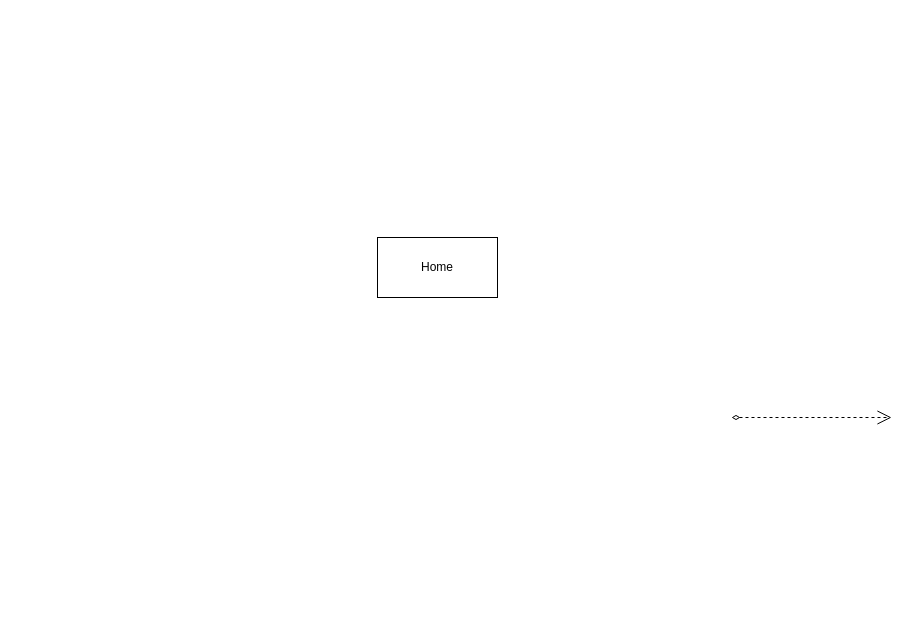
andrew-taphuc/Aglaida keeps this draw.io diagram as Biểu đồ không có tiêu đề.drawio. Above is the earlier version. Source tidied: cells renumbered, new cells numbered last; positions are measured from the earlier drawing's top-left corner, leaving out a move shared by most shapes. Both pictures are drawn from the tidied source at 100%, with x=0, y=0 at pixel (377, 237).
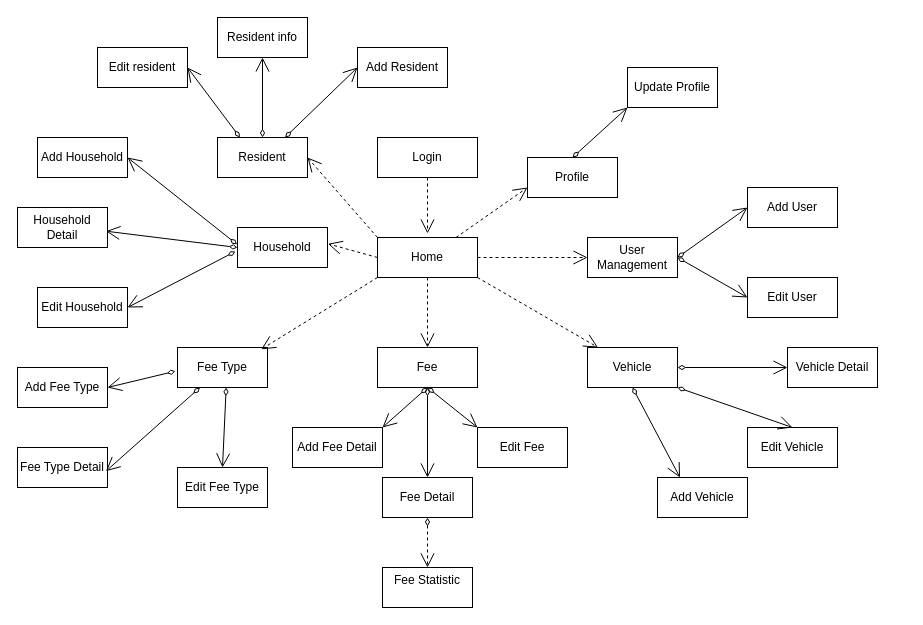
The same page after the edit.

Commit message:
Cập nhật Biểu đồ không có tiêu đề.drawio

The edit, as a diff of the source:
```diff
@@
+    <mxCell id="4" value="Login" style="rounded=0;whiteSpace=wrap;html=1;" parent="1" vertex="1">
+      <mxGeometry y="-100" width="100" height="40" as="geometry" />
+    </mxCell>
     <mxCell id="2" value="Home" style="rounded=0;whiteSpace=wrap;html=1;" parent="1" vertex="1">
-      <mxGeometry width="120" height="60" as="geometry" />
+      <mxGeometry width="100" height="40" as="geometry" />
     </mxCell>
-    <mxCell id="3" style="endArrow=open;dashed=1;endFill=0;endSize=12;html=1;rounded=0;startArrow=diamondThin;startFill=0;" parent="1" edge="1">
-      <mxGeometry relative="1" as="geometry">
-        <mxPoint x="354" y="180" as="sourcePoint" />
-        <mxPoint x="514" y="180" as="targetPoint" />
-      </mxGeometry>
-    </mxCell>
+    <mxCell id="5" value="Vehicle" style="rounded=0;whiteSpace=wrap;html=1;" parent="1" vertex="1">
+      <mxGeometry x="210" y="110" width="90" height="40" as="geometry" />
+    </mxCell>
+    <mxCell id="6" value="Profile" style="rounded=0;whiteSpace=wrap;html=1;" parent="1" vertex="1">
+      <mxGeometry x="150" y="-80" width="90" height="40" as="geometry" />
+    </mxCell>
+    <mxCell id="7" value="User Management" style="rounded=0;whiteSpace=wrap;html=1;" parent="1" vertex="1">
+      <mxGeometry x="210" width="90" height="40" as="geometry" />
+    </mxCell>
+    <mxCell id="8" value="Resident" style="rounded=0;whiteSpace=wrap;html=1;" parent="1" vertex="1">
+      <mxGeometry x="-160" y="-100" width="90" height="40" as="geometry" />
+    </mxCell>
+    <mxCell id="9" value="Household" style="rounded=0;whiteSpace=wrap;html=1;" parent="1" vertex="1">
+      <mxGeometry x="-140" y="-10" width="90" height="40" as="geometry" />
+    </mxCell>
+    <mxCell id="10" value="Fee Type" style="rounded=0;whiteSpace=wrap;html=1;" parent="1" vertex="1">
+      <mxGeometry x="-200" y="110" width="90" height="40" as="geometry" />
+    </mxCell>
+    <mxCell id="11" value="Fee" style="rounded=0;whiteSpace=wrap;html=1;" parent="1" vertex="1">
+      <mxGeometry y="110" width="100" height="40" as="geometry" />
+    </mxCell>
+    <mxCell id="12" style="endArrow=open;dashed=1;endFill=0;endSize=12;html=1;rounded=0;startArrow=none;startFill=0;exitX=0.5;exitY=1;exitDx=0;exitDy=0;" parent="1" edge="1">
+      <mxGeometry relative="1" as="geometry">
+        <mxPoint x="50" y="-60" as="sourcePoint" />
+        <mxPoint x="50" y="-4" as="targetPoint" />
+      </mxGeometry>
+    </mxCell>
+    <mxCell id="13" style="endArrow=open;dashed=1;endFill=0;endSize=12;html=1;rounded=0;startArrow=none;startFill=0;entryX=0;entryY=0.75;entryDx=0;entryDy=0;" parent="1" edge="1" source="2" target="6">
+      <mxGeometry relative="1" as="geometry" />
+    </mxCell>
+    <mxCell id="14" style="endArrow=open;dashed=1;endFill=0;endSize=12;html=1;rounded=0;startArrow=none;startFill=0;exitX=1;exitY=0.5;exitDx=0;exitDy=0;" parent="1" edge="1" source="2" target="7">
+      <mxGeometry relative="1" as="geometry" />
+    </mxCell>
+    <mxCell id="15" style="endArrow=open;dashed=1;endFill=0;endSize=12;html=1;rounded=0;startArrow=none;startFill=0;exitX=1;exitY=1;exitDx=0;exitDy=0;" parent="1" edge="1" source="2" target="5">
+      <mxGeometry relative="1" as="geometry" />
+    </mxCell>
+    <mxCell id="16" style="endArrow=open;dashed=1;endFill=0;endSize=12;html=1;rounded=0;startArrow=none;startFill=0;exitX=0;exitY=1;exitDx=0;exitDy=0;entryX=0.931;entryY=0.045;entryDx=0;entryDy=0;entryPerimeter=0;" parent="1" edge="1" source="2" target="10">
+      <mxGeometry relative="1" as="geometry" />
+    </mxCell>
+    <mxCell id="17" style="endArrow=open;dashed=1;endFill=0;endSize=12;html=1;rounded=0;startArrow=none;startFill=0;entryX=1.005;entryY=0.408;entryDx=0;entryDy=0;entryPerimeter=0;exitX=0;exitY=0.5;exitDx=0;exitDy=0;" parent="1" edge="1" source="2" target="9">
+      <mxGeometry relative="1" as="geometry" />
+    </mxCell>
+    <mxCell id="18" style="endArrow=open;dashed=1;endFill=0;endSize=12;html=1;rounded=0;startArrow=none;startFill=0;entryX=1;entryY=0.5;entryDx=0;entryDy=0;exitX=0;exitY=0;exitDx=0;exitDy=0;" parent="1" edge="1" source="2" target="8">
+      <mxGeometry relative="1" as="geometry" />
+    </mxCell>
+    <mxCell id="19" style="endArrow=open;dashed=1;endFill=0;endSize=12;html=1;rounded=0;startArrow=none;startFill=0;exitX=0.5;exitY=1;exitDx=0;exitDy=0;" parent="1" edge="1" source="2" target="11">
+      <mxGeometry relative="1" as="geometry" />
+    </mxCell>
+    <mxCell id="20" value="Add User" style="rounded=0;whiteSpace=wrap;html=1;" parent="1" vertex="1">
+      <mxGeometry x="370" y="-50" width="90" height="40" as="geometry" />
+    </mxCell>
+    <mxCell id="21" value="Edit User" style="rounded=0;whiteSpace=wrap;html=1;" parent="1" vertex="1">
+      <mxGeometry x="370" y="40" width="90" height="40" as="geometry" />
+    </mxCell>
+    <mxCell id="22" style="endArrow=open;endFill=0;endSize=12;html=1;rounded=0;startArrow=diamondThin;startFill=0;exitX=1;exitY=0.5;exitDx=0;exitDy=0;entryX=0;entryY=0.5;entryDx=0;entryDy=0;" parent="1" edge="1" source="7" target="20">
+      <mxGeometry relative="1" as="geometry" />
+    </mxCell>
+    <mxCell id="23" style="endArrow=open;endFill=0;endSize=12;html=1;rounded=0;startArrow=diamondThin;startFill=0;exitX=1;exitY=0.5;exitDx=0;exitDy=0;entryX=0;entryY=0.5;entryDx=0;entryDy=0;" parent="1" edge="1" source="7" target="21">
+      <mxGeometry relative="1" as="geometry" />
+    </mxCell>
+    <mxCell id="24" value="Update Profile" style="rounded=0;whiteSpace=wrap;html=1;" parent="1" vertex="1">
+      <mxGeometry x="250" y="-170" width="90" height="40" as="geometry" />
+    </mxCell>
+    <mxCell id="25" style="endArrow=open;endFill=0;endSize=12;html=1;rounded=0;startArrow=diamondThin;startFill=0;exitX=0.5;exitY=0;exitDx=0;exitDy=0;entryX=0;entryY=1;entryDx=0;entryDy=0;" parent="1" edge="1" source="6" target="24">
+      <mxGeometry relative="1" as="geometry" />
+    </mxCell>
+    <mxCell id="26" value="Add Resident" style="rounded=0;whiteSpace=wrap;html=1;" parent="1" vertex="1">
+      <mxGeometry x="-20" y="-190" width="90" height="40" as="geometry" />
+    </mxCell>
+    <mxCell id="27" value="Edit resident" style="rounded=0;whiteSpace=wrap;html=1;" parent="1" vertex="1">
+      <mxGeometry x="-280" y="-190" width="90" height="40" as="geometry" />
+    </mxCell>
+    <mxCell id="28" style="endArrow=open;endFill=0;endSize=12;html=1;rounded=0;startArrow=diamondThin;startFill=0;exitX=0.75;exitY=0;exitDx=0;exitDy=0;entryX=0;entryY=0.5;entryDx=0;entryDy=0;" parent="1" edge="1" source="8" target="26">
+      <mxGeometry relative="1" as="geometry" />
+    </mxCell>
+    <mxCell id="29" style="endArrow=open;endFill=0;endSize=12;html=1;rounded=0;startArrow=diamondThin;startFill=0;entryX=1;entryY=0.5;entryDx=0;entryDy=0;exitX=0.25;exitY=0;exitDx=0;exitDy=0;" parent="1" edge="1" source="8" target="27">
+      <mxGeometry relative="1" as="geometry" />
+    </mxCell>
+    <mxCell id="30" value="Resident info" style="rounded=0;whiteSpace=wrap;html=1;" parent="1" vertex="1">
+      <mxGeometry x="-160" y="-220" width="90" height="40" as="geometry" />
+    </mxCell>
+    <mxCell id="31" style="endArrow=open;endFill=0;endSize=12;html=1;rounded=0;startArrow=diamondThin;startFill=0;exitX=0.5;exitY=0;exitDx=0;exitDy=0;entryX=0.5;entryY=1;entryDx=0;entryDy=0;" parent="1" edge="1" source="8" target="30">
+      <mxGeometry relative="1" as="geometry" />
+    </mxCell>
+    <mxCell id="32" value="Add Household" style="rounded=0;whiteSpace=wrap;html=1;" parent="1" vertex="1">
+      <mxGeometry x="-340" y="-100" width="90" height="40" as="geometry" />
+    </mxCell>
+    <mxCell id="33" value="Edit Household" style="rounded=0;whiteSpace=wrap;html=1;" parent="1" vertex="1">
+      <mxGeometry x="-340" y="50" width="90" height="40" as="geometry" />
+    </mxCell>
+    <mxCell id="34" style="endArrow=open;endFill=0;endSize=12;html=1;rounded=0;startArrow=diamondThin;startFill=0;exitX=-0.005;exitY=0.423;exitDx=0;exitDy=0;entryX=1;entryY=0.5;entryDx=0;entryDy=0;exitPerimeter=0;" parent="1" edge="1" source="9" target="32">
+      <mxGeometry relative="1" as="geometry" />
+    </mxCell>
+    <mxCell id="35" style="endArrow=open;endFill=0;endSize=12;html=1;rounded=0;startArrow=diamondThin;startFill=0;entryX=1;entryY=0.5;entryDx=0;entryDy=0;exitX=-0.023;exitY=0.599;exitDx=0;exitDy=0;exitPerimeter=0;" parent="1" edge="1" source="9" target="33">
+      <mxGeometry relative="1" as="geometry" />
+    </mxCell>
+    <mxCell id="36" value="Household Detail" style="rounded=0;whiteSpace=wrap;html=1;" parent="1" vertex="1">
+      <mxGeometry x="-360" y="-30" width="90" height="40" as="geometry" />
+    </mxCell>
+    <mxCell id="37" style="endArrow=open;endFill=0;endSize=12;html=1;rounded=0;startArrow=diamondThin;startFill=0;exitX=0;exitY=0.5;exitDx=0;exitDy=0;entryX=0.983;entryY=0.592;entryDx=0;entryDy=0;entryPerimeter=0;" parent="1" edge="1" source="9" target="36">
+      <mxGeometry relative="1" as="geometry" />
+    </mxCell>
+    <mxCell id="38" value="Add Fee Type" style="rounded=0;whiteSpace=wrap;html=1;" parent="1" vertex="1">
+      <mxGeometry x="-360" y="130" width="90" height="40" as="geometry" />
+    </mxCell>
+    <mxCell id="39" value="Edit Fee Type" style="rounded=0;whiteSpace=wrap;html=1;" parent="1" vertex="1">
+      <mxGeometry x="-200" y="230" width="90" height="40" as="geometry" />
+    </mxCell>
+    <mxCell id="40" style="endArrow=open;endFill=0;endSize=12;html=1;rounded=0;startArrow=diamondThin;startFill=0;exitX=-0.023;exitY=0.592;exitDx=0;exitDy=0;entryX=1;entryY=0.5;entryDx=0;entryDy=0;exitPerimeter=0;" parent="1" edge="1" source="10" target="38">
+      <mxGeometry relative="1" as="geometry" />
+    </mxCell>
+    <mxCell id="41" style="endArrow=open;endFill=0;endSize=12;html=1;rounded=0;startArrow=diamondThin;startFill=0;entryX=0.5;entryY=0;entryDx=0;entryDy=0;exitX=0.541;exitY=0.997;exitDx=0;exitDy=0;exitPerimeter=0;" parent="1" edge="1" source="10" target="39">
+      <mxGeometry relative="1" as="geometry" />
+    </mxCell>
+    <mxCell id="42" value="Fee Type Detail" style="rounded=0;whiteSpace=wrap;html=1;" parent="1" vertex="1">
+      <mxGeometry x="-360" y="210" width="90" height="40" as="geometry" />
+    </mxCell>
+    <mxCell id="43" style="endArrow=open;endFill=0;endSize=12;html=1;rounded=0;startArrow=diamondThin;startFill=0;exitX=0.25;exitY=1;exitDx=0;exitDy=0;entryX=0.983;entryY=0.592;entryDx=0;entryDy=0;entryPerimeter=0;" parent="1" edge="1" source="10" target="42">
+      <mxGeometry relative="1" as="geometry" />
+    </mxCell>
+    <mxCell id="44" value="Add Fee Detail" style="rounded=0;whiteSpace=wrap;html=1;" parent="1" vertex="1">
+      <mxGeometry x="-85" y="190" width="90" height="40" as="geometry" />
+    </mxCell>
+    <mxCell id="45" value="Edit Fee" style="rounded=0;whiteSpace=wrap;html=1;" parent="1" vertex="1">
+      <mxGeometry x="100" y="190" width="90" height="40" as="geometry" />
+    </mxCell>
+    <mxCell id="46" style="endArrow=open;endFill=0;endSize=12;html=1;rounded=0;startArrow=diamondThin;startFill=0;exitX=0.5;exitY=1;exitDx=0;exitDy=0;entryX=1;entryY=0;entryDx=0;entryDy=0;" parent="1" edge="1" source="11" target="44">
+      <mxGeometry relative="1" as="geometry" />
+    </mxCell>
+    <mxCell id="47" style="endArrow=open;endFill=0;endSize=12;html=1;rounded=0;startArrow=diamondThin;startFill=0;entryX=0;entryY=0;entryDx=0;entryDy=0;exitX=0.5;exitY=1;exitDx=0;exitDy=0;" parent="1" edge="1" source="11" target="45">
+      <mxGeometry relative="1" as="geometry" />
+    </mxCell>
+    <mxCell id="48" value="Fee Detail" style="rounded=0;whiteSpace=wrap;html=1;" parent="1" vertex="1">
+      <mxGeometry x="5" y="240" width="90" height="40" as="geometry" />
+    </mxCell>
+    <mxCell id="49" style="endArrow=open;endFill=0;endSize=12;html=1;rounded=0;startArrow=diamondThin;startFill=0;entryX=0.5;entryY=0;entryDx=0;entryDy=0;" parent="1" edge="1" target="48">
+      <mxGeometry relative="1" as="geometry">
+        <mxPoint x="50" y="150" as="sourcePoint" />
+      </mxGeometry>
+    </mxCell>
+    <mxCell id="50" value="Fee Statistic&lt;div&gt;&lt;br&gt;&lt;/div&gt;" style="rounded=0;whiteSpace=wrap;html=1;" parent="1" vertex="1">
+      <mxGeometry x="5" y="330" width="90" height="40" as="geometry" />
+    </mxCell>
+    <mxCell id="51" style="endArrow=open;dashed=1;endFill=0;endSize=12;html=1;rounded=0;startArrow=diamondThin;startFill=0;entryX=0.5;entryY=0;entryDx=0;entryDy=0;" parent="1" edge="1" source="48" target="50">
+      <mxGeometry relative="1" as="geometry" />
+    </mxCell>
+    <mxCell id="52" value="Add Vehicle" style="rounded=0;whiteSpace=wrap;html=1;" parent="1" vertex="1">
+      <mxGeometry x="280" y="240" width="90" height="40" as="geometry" />
+    </mxCell>
+    <mxCell id="53" value="Edit Vehicle" style="rounded=0;whiteSpace=wrap;html=1;" parent="1" vertex="1">
+      <mxGeometry x="370" y="190" width="90" height="40" as="geometry" />
+    </mxCell>
+    <mxCell id="54" style="endArrow=open;endFill=0;endSize=12;html=1;rounded=0;startArrow=diamondThin;startFill=0;entryX=0.25;entryY=0;entryDx=0;entryDy=0;exitX=0.5;exitY=1;exitDx=0;exitDy=0;" parent="1" edge="1" source="5" target="52">
+      <mxGeometry relative="1" as="geometry" />
+    </mxCell>
+    <mxCell id="55" style="endArrow=open;endFill=0;endSize=12;html=1;rounded=0;startArrow=diamondThin;startFill=0;entryX=0.5;entryY=0;entryDx=0;entryDy=0;exitX=1;exitY=1;exitDx=0;exitDy=0;" parent="1" edge="1" source="5" target="53">
+      <mxGeometry relative="1" as="geometry" />
+    </mxCell>
+    <mxCell id="56" value="Vehicle Detail" style="rounded=0;whiteSpace=wrap;html=1;" parent="1" vertex="1">
+      <mxGeometry x="410" y="110" width="90" height="40" as="geometry" />
+    </mxCell>
+    <mxCell id="57" style="endArrow=open;endFill=0;endSize=12;html=1;rounded=0;startArrow=diamondThin;startFill=0;entryX=0;entryY=0.5;entryDx=0;entryDy=0;" parent="1" edge="1" target="56">
+      <mxGeometry relative="1" as="geometry">
+        <mxPoint x="300" y="130" as="sourcePoint" />
+      </mxGeometry>
+    </mxCell>
```
